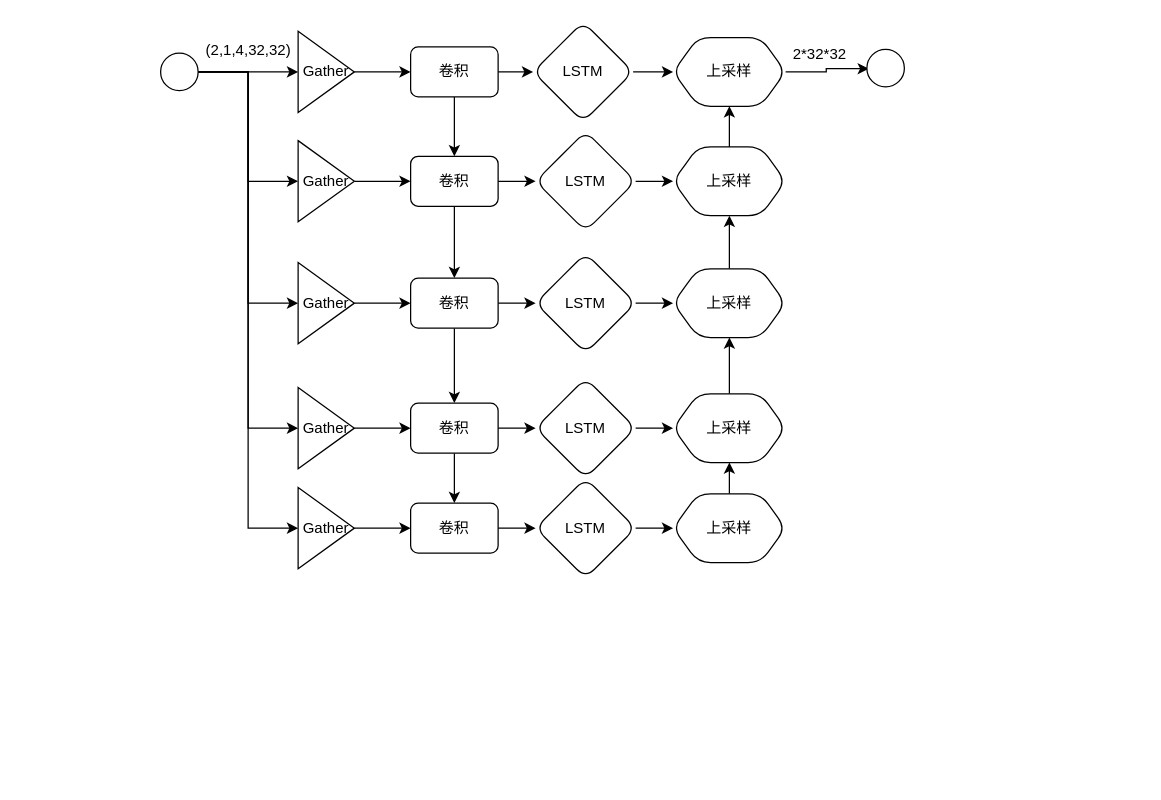
Above: hainanchangedetection.drawio in dorbodwolf/graphs_from_draw.io (draw.io), before the change. Source tidied: cells renumbered, new cells numbered last; positions are measured from the earlier drawing's top-left corner, leaving out a move shared by most shapes. Both pictures are drawn from the tidied source at 125%, with x=0, y=0 at pixel (160, 21).
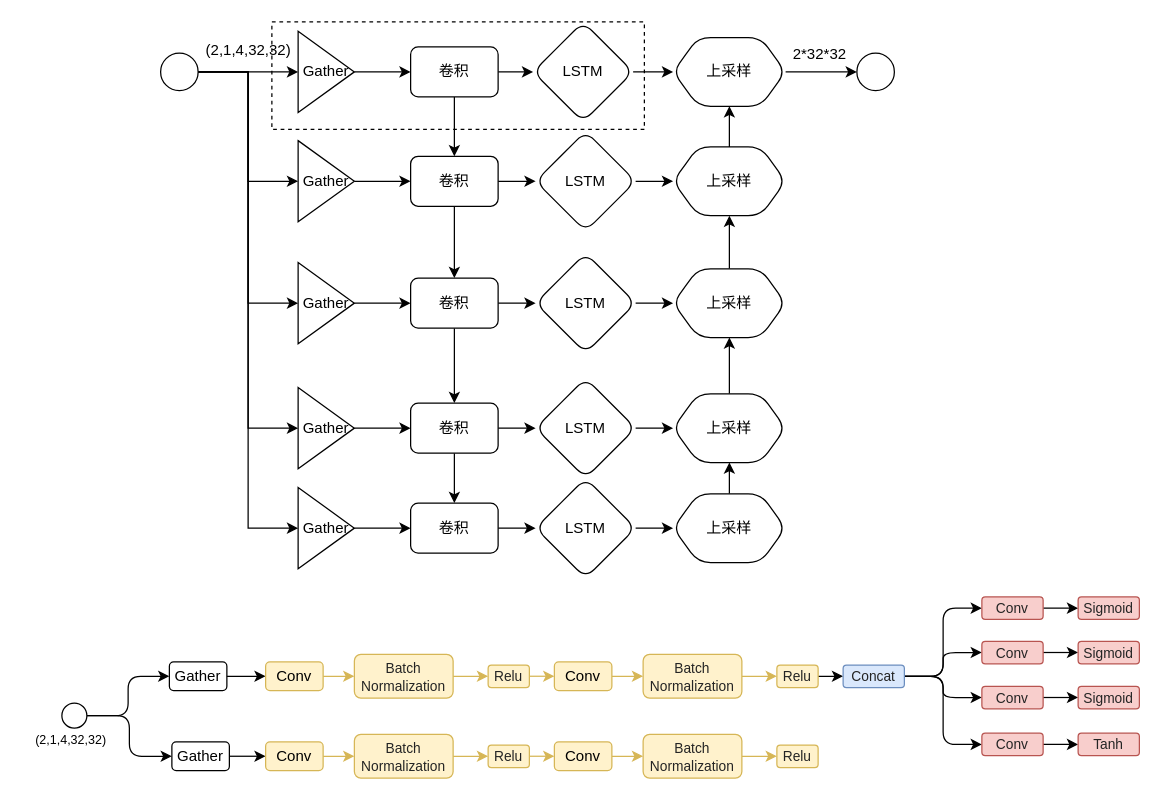
Above is the later version.

The change refers to these unchanged cells:
```xml
<mxCell id="14" value="上采样" style="shape=hexagon;perimeter=hexagonPerimeter2;whiteSpace=wrap;html=1;fixedSize=1;rounded=1;" parent="1" vertex="1">
  <mxGeometry x="410" y="12.5" width="90" height="55" as="geometry" />
</mxCell>
```

The edit, as a diff of the source:
```diff
@@
-    <mxCell id="13" style="edgeStyle=orthogonalEdgeStyle;rounded=0;jettySize=auto;html=1;entryX=0.053;entryY=0.514;entryDx=0;entryDy=0;entryPerimeter=0;" parent="1" edge="1" source="14" target="15">
+    <mxCell id="13" style="edgeStyle=orthogonalEdgeStyle;rounded=0;jettySize=auto;html=1;exitX=1;exitY=0.5;exitDx=0;exitDy=0;entryX=0;entryY=0.5;entryDx=0;entryDy=0;" parent="1" edge="1" source="14" target="15">
       <mxGeometry relative="1" as="geometry" />
     </mxCell>
@@
     <mxCell id="15" style="ellipse;whiteSpace=wrap;html=1;" parent="1" vertex="1">
-      <mxGeometry x="565" y="22" width="30" height="30" as="geometry" />
+      <mxGeometry x="557" y="25" width="30" height="30" as="geometry" />
     </mxCell>
@@
+    <mxCell id="55" style="rounded=0;whiteSpace=wrap;html=1;sketch=0;dashed=1;fillColor=none;" parent="1" vertex="1">
+      <mxGeometry x="89" width="298" height="86" as="geometry" />
+    </mxCell>
+    <mxCell id="56" style="edgeStyle=orthogonalEdgeStyle;curved=0;rounded=1;sketch=0;jettySize=auto;html=1;entryX=0;entryY=0.5;entryDx=0;entryDy=0;" parent="1" edge="1" source="58" target="60">
+      <mxGeometry relative="1" as="geometry" />
+    </mxCell>
+    <mxCell id="57" style="edgeStyle=orthogonalEdgeStyle;curved=0;rounded=1;sketch=0;jettySize=auto;html=1;exitX=1;exitY=0.5;exitDx=0;exitDy=0;entryX=0;entryY=0.5;entryDx=0;entryDy=0;" parent="1" edge="1" source="58" target="62">
+      <mxGeometry relative="1" as="geometry">
+        <Array as="points">
+          <mxPoint x="-25" y="555" />
+          <mxPoint x="-25" y="588" />
+        </Array>
+      </mxGeometry>
+    </mxCell>
+    <mxCell id="58" style="ellipse;whiteSpace=wrap;html=1;" parent="1" vertex="1">
+      <mxGeometry x="-79" y="545" width="20" height="20" as="geometry" />
+    </mxCell>
+    <mxCell id="59" style="edgeStyle=orthogonalEdgeStyle;curved=0;rounded=1;sketch=0;jettySize=auto;html=1;exitX=1;exitY=0.5;exitDx=0;exitDy=0;" parent="1" edge="1" source="60" target="65">
+      <mxGeometry relative="1" as="geometry" />
+    </mxCell>
+    <mxCell id="60" value="Gather" style="rounded=1;whiteSpace=wrap;html=1;sketch=0;fillColor=none;" parent="1" vertex="1">
+      <mxGeometry x="7" y="512" width="46" height="23" as="geometry" />
+    </mxCell>
+    <mxCell id="61" style="edgeStyle=orthogonalEdgeStyle;curved=0;rounded=1;sketch=0;jettySize=auto;html=1;exitX=1;exitY=0.5;exitDx=0;exitDy=0;entryX=0;entryY=0.5;entryDx=0;entryDy=0;" parent="1" edge="1" source="62" target="77">
+      <mxGeometry relative="1" as="geometry" />
+    </mxCell>
+    <mxCell id="62" value="Gather" style="rounded=1;whiteSpace=wrap;html=1;sketch=0;fillColor=none;" parent="1" vertex="1">
+      <mxGeometry x="9" y="576" width="46" height="23" as="geometry" />
+    </mxCell>
+    <mxCell id="63" value="&lt;p&gt;&lt;font style=&quot;font-size: 10px&quot;&gt;(2,1,4,32,32)&lt;/font&gt;&lt;/p&gt;" style="text;html=1;align=center;verticalAlign=middle;" parent="1" vertex="1">
+      <mxGeometry x="-111" y="553" width="78" height="42" as="geometry" />
+    </mxCell>
+    <mxCell id="64" style="edgeStyle=orthogonalEdgeStyle;curved=0;rounded=1;sketch=0;jettySize=auto;html=1;fillColor=#fff2cc;strokeColor=#d6b656;" parent="1" edge="1" source="65" target="67">
+      <mxGeometry relative="1" as="geometry" />
+    </mxCell>
+    <mxCell id="65" value="Conv" style="rounded=1;whiteSpace=wrap;html=1;sketch=0;fillColor=#fff2cc;strokeColor=#d6b656;" parent="1" vertex="1">
+      <mxGeometry x="84" y="512" width="46" height="23" as="geometry" />
+    </mxCell>
+    <mxCell id="66" style="edgeStyle=orthogonalEdgeStyle;curved=0;rounded=1;sketch=0;jettySize=auto;html=1;fillColor=#fff2cc;strokeColor=#d6b656;" parent="1" edge="1" source="67" target="69">
+      <mxGeometry relative="1" as="geometry" />
+    </mxCell>
+    <mxCell id="67" value="&lt;span style=&quot;color: rgb(36 , 36 , 36) ; font-size: 11px&quot;&gt;Batch&lt;br&gt;Normalization&lt;/span&gt;" style="rounded=1;whiteSpace=wrap;html=1;sketch=0;strokeColor=#d6b656;fillColor=#fff2cc;" parent="1" vertex="1">
+      <mxGeometry x="155" y="506" width="79" height="35" as="geometry" />
+    </mxCell>
+    <mxCell id="68" style="edgeStyle=orthogonalEdgeStyle;curved=0;rounded=1;sketch=0;jettySize=auto;html=1;exitX=1;exitY=0.5;exitDx=0;exitDy=0;entryX=0;entryY=0.5;entryDx=0;entryDy=0;fillColor=#fff2cc;strokeColor=#d6b656;" parent="1" edge="1" source="69" target="71">
+      <mxGeometry relative="1" as="geometry" />
+    </mxCell>
+    <mxCell id="69" value="&lt;font color=&quot;#242424&quot;&gt;&lt;span style=&quot;font-size: 11px&quot;&gt;Relu&lt;/span&gt;&lt;/font&gt;" style="rounded=1;whiteSpace=wrap;html=1;sketch=0;fillColor=#fff2cc;strokeColor=#d6b656;" parent="1" vertex="1">
+      <mxGeometry x="262" y="514.5" width="33" height="18" as="geometry" />
+    </mxCell>
+    <mxCell id="70" style="edgeStyle=orthogonalEdgeStyle;curved=0;rounded=1;sketch=0;jettySize=auto;html=1;fillColor=#fff2cc;strokeColor=#d6b656;" parent="1" edge="1" source="71" target="73">
+      <mxGeometry relative="1" as="geometry" />
+    </mxCell>
+    <mxCell id="71" value="Conv" style="rounded=1;whiteSpace=wrap;html=1;sketch=0;fillColor=#fff2cc;strokeColor=#d6b656;" parent="1" vertex="1">
+      <mxGeometry x="315" y="512" width="46" height="23" as="geometry" />
+    </mxCell>
+    <mxCell id="72" style="edgeStyle=orthogonalEdgeStyle;curved=0;rounded=1;sketch=0;jettySize=auto;html=1;fillColor=#fff2cc;strokeColor=#d6b656;" parent="1" edge="1" source="73" target="75">
+      <mxGeometry relative="1" as="geometry" />
+    </mxCell>
+    <mxCell id="73" value="&lt;span style=&quot;color: rgb(36 , 36 , 36) ; font-size: 11px&quot;&gt;Batch&lt;br&gt;Normalization&lt;/span&gt;" style="rounded=1;whiteSpace=wrap;html=1;sketch=0;fillColor=#fff2cc;strokeColor=#d6b656;" parent="1" vertex="1">
+      <mxGeometry x="386" y="506" width="79" height="35" as="geometry" />
+    </mxCell>
+    <mxCell id="74" style="edgeStyle=orthogonalEdgeStyle;curved=0;rounded=1;sketch=0;jettySize=auto;html=1;" parent="1" edge="1" source="75" target="91">
+      <mxGeometry relative="1" as="geometry" />
+    </mxCell>
+    <mxCell id="75" value="&lt;font color=&quot;#242424&quot;&gt;&lt;span style=&quot;font-size: 11px&quot;&gt;Relu&lt;/span&gt;&lt;/font&gt;" style="rounded=1;whiteSpace=wrap;html=1;sketch=0;fillColor=#fff2cc;strokeColor=#d6b656;" parent="1" vertex="1">
+      <mxGeometry x="493" y="514.5" width="33" height="18" as="geometry" />
+    </mxCell>
+    <mxCell id="76" style="edgeStyle=orthogonalEdgeStyle;curved=0;rounded=1;sketch=0;jettySize=auto;html=1;fillColor=#fff2cc;strokeColor=#d6b656;" parent="1" edge="1" source="77" target="79">
+      <mxGeometry relative="1" as="geometry" />
+    </mxCell>
+    <mxCell id="77" value="Conv" style="rounded=1;whiteSpace=wrap;html=1;sketch=0;fillColor=#fff2cc;strokeColor=#d6b656;" parent="1" vertex="1">
+      <mxGeometry x="84" y="576" width="46" height="23" as="geometry" />
+    </mxCell>
+    <mxCell id="78" style="edgeStyle=orthogonalEdgeStyle;curved=0;rounded=1;sketch=0;jettySize=auto;html=1;fillColor=#fff2cc;strokeColor=#d6b656;" parent="1" edge="1" source="79" target="81">
+      <mxGeometry relative="1" as="geometry" />
+    </mxCell>
+    <mxCell id="79" value="&lt;span style=&quot;color: rgb(36 , 36 , 36) ; font-size: 11px&quot;&gt;Batch&lt;br&gt;Normalization&lt;/span&gt;" style="rounded=1;whiteSpace=wrap;html=1;sketch=0;fillColor=#fff2cc;strokeColor=#d6b656;" parent="1" vertex="1">
+      <mxGeometry x="155" y="570" width="79" height="35" as="geometry" />
+    </mxCell>
+    <mxCell id="80" style="edgeStyle=orthogonalEdgeStyle;curved=0;rounded=1;sketch=0;jettySize=auto;html=1;exitX=1;exitY=0.5;exitDx=0;exitDy=0;entryX=0;entryY=0.5;entryDx=0;entryDy=0;fillColor=#fff2cc;strokeColor=#d6b656;" parent="1" edge="1" source="81" target="83">
+      <mxGeometry relative="1" as="geometry" />
+    </mxCell>
+    <mxCell id="81" value="&lt;font color=&quot;#242424&quot;&gt;&lt;span style=&quot;font-size: 11px&quot;&gt;Relu&lt;/span&gt;&lt;/font&gt;" style="rounded=1;whiteSpace=wrap;html=1;sketch=0;fillColor=#fff2cc;strokeColor=#d6b656;" parent="1" vertex="1">
+      <mxGeometry x="262" y="578.5" width="33" height="18" as="geometry" />
+    </mxCell>
+    <mxCell id="82" style="edgeStyle=orthogonalEdgeStyle;curved=0;rounded=1;sketch=0;jettySize=auto;html=1;fillColor=#fff2cc;strokeColor=#d6b656;" parent="1" edge="1" source="83" target="85">
+      <mxGeometry relative="1" as="geometry" />
+    </mxCell>
+    <mxCell id="83" value="Conv" style="rounded=1;whiteSpace=wrap;html=1;sketch=0;fillColor=#fff2cc;strokeColor=#d6b656;" parent="1" vertex="1">
+      <mxGeometry x="315" y="576" width="46" height="23" as="geometry" />
+    </mxCell>
+    <mxCell id="84" style="edgeStyle=orthogonalEdgeStyle;curved=0;rounded=1;sketch=0;jettySize=auto;html=1;fillColor=#fff2cc;strokeColor=#d6b656;" parent="1" edge="1" source="85" target="86">
+      <mxGeometry relative="1" as="geometry" />
+    </mxCell>
+    <mxCell id="85" value="&lt;span style=&quot;color: rgb(36 , 36 , 36) ; font-size: 11px&quot;&gt;Batch&lt;br&gt;Normalization&lt;/span&gt;" style="rounded=1;whiteSpace=wrap;html=1;sketch=0;fillColor=#fff2cc;strokeColor=#d6b656;" parent="1" vertex="1">
+      <mxGeometry x="386" y="570" width="79" height="35" as="geometry" />
+    </mxCell>
+    <mxCell id="86" value="&lt;font color=&quot;#242424&quot;&gt;&lt;span style=&quot;font-size: 11px&quot;&gt;Relu&lt;/span&gt;&lt;/font&gt;" style="rounded=1;whiteSpace=wrap;html=1;sketch=0;fillColor=#fff2cc;strokeColor=#d6b656;" parent="1" vertex="1">
+      <mxGeometry x="493" y="578.5" width="33" height="18" as="geometry" />
+    </mxCell>
+    <mxCell id="87" style="edgeStyle=orthogonalEdgeStyle;curved=0;rounded=1;sketch=0;jettySize=auto;html=1;exitX=1;exitY=0.5;exitDx=0;exitDy=0;entryX=0;entryY=0.5;entryDx=0;entryDy=0;" parent="1" edge="1" source="91" target="99">
+      <mxGeometry relative="1" as="geometry" />
+    </mxCell>
+    <mxCell id="88" style="edgeStyle=orthogonalEdgeStyle;curved=0;rounded=1;sketch=0;jettySize=auto;html=1;exitX=1;exitY=0.5;exitDx=0;exitDy=0;entryX=0;entryY=0.5;entryDx=0;entryDy=0;" parent="1" edge="1" source="91" target="97">
+      <mxGeometry relative="1" as="geometry" />
+    </mxCell>
+    <mxCell id="89" style="edgeStyle=orthogonalEdgeStyle;curved=0;rounded=1;sketch=0;jettySize=auto;html=1;exitX=1;exitY=0.5;exitDx=0;exitDy=0;" parent="1" edge="1" source="91" target="93">
+      <mxGeometry relative="1" as="geometry" />
+    </mxCell>
+    <mxCell id="90" style="edgeStyle=orthogonalEdgeStyle;curved=0;rounded=1;sketch=0;jettySize=auto;html=1;exitX=1;exitY=0.5;exitDx=0;exitDy=0;entryX=0;entryY=0.5;entryDx=0;entryDy=0;" parent="1" edge="1" source="91" target="95">
+      <mxGeometry relative="1" as="geometry" />
+    </mxCell>
+    <mxCell id="91" value="&lt;font color=&quot;#242424&quot;&gt;&lt;span style=&quot;font-size: 11px&quot;&gt;Concat&lt;/span&gt;&lt;/font&gt;" style="rounded=1;whiteSpace=wrap;html=1;sketch=0;fillColor=#dae8fc;strokeColor=#6c8ebf;" parent="1" vertex="1">
+      <mxGeometry x="546" y="514.5" width="49" height="18" as="geometry" />
+    </mxCell>
+    <mxCell id="92" style="edgeStyle=orthogonalEdgeStyle;curved=0;rounded=1;sketch=0;jettySize=auto;html=1;exitX=1;exitY=0.5;exitDx=0;exitDy=0;entryX=0;entryY=0.5;entryDx=0;entryDy=0;" parent="1" edge="1" source="93" target="102">
+      <mxGeometry relative="1" as="geometry" />
+    </mxCell>
+    <mxCell id="93" value="&lt;font color=&quot;#242424&quot;&gt;&lt;span style=&quot;font-size: 11px&quot;&gt;Conv&lt;/span&gt;&lt;/font&gt;" style="rounded=1;whiteSpace=wrap;html=1;sketch=0;fillColor=#f8cecc;strokeColor=#b85450;" parent="1" vertex="1">
+      <mxGeometry x="657" y="531.5" width="49" height="18" as="geometry" />
+    </mxCell>
+    <mxCell id="94" style="edgeStyle=orthogonalEdgeStyle;curved=0;rounded=1;sketch=0;jettySize=auto;html=1;exitX=1;exitY=0.5;exitDx=0;exitDy=0;" parent="1" edge="1" source="95" target="103">
+      <mxGeometry relative="1" as="geometry" />
+    </mxCell>
+    <mxCell id="95" value="&lt;font color=&quot;#242424&quot;&gt;&lt;span style=&quot;font-size: 11px&quot;&gt;Conv&lt;/span&gt;&lt;/font&gt;" style="rounded=1;whiteSpace=wrap;html=1;sketch=0;fillColor=#f8cecc;strokeColor=#b85450;" parent="1" vertex="1">
+      <mxGeometry x="657" y="569" width="49" height="18" as="geometry" />
+    </mxCell>
+    <mxCell id="96" style="edgeStyle=orthogonalEdgeStyle;curved=0;rounded=1;sketch=0;jettySize=auto;html=1;exitX=1;exitY=0.5;exitDx=0;exitDy=0;entryX=0;entryY=0.5;entryDx=0;entryDy=0;" parent="1" edge="1" source="97" target="101">
+      <mxGeometry relative="1" as="geometry" />
+    </mxCell>
+    <mxCell id="97" value="&lt;font color=&quot;#242424&quot;&gt;&lt;span style=&quot;font-size: 11px&quot;&gt;Conv&lt;/span&gt;&lt;/font&gt;" style="rounded=1;whiteSpace=wrap;html=1;sketch=0;fillColor=#f8cecc;strokeColor=#b85450;" parent="1" vertex="1">
+      <mxGeometry x="657" y="495.5" width="49" height="18" as="geometry" />
+    </mxCell>
+    <mxCell id="98" style="edgeStyle=orthogonalEdgeStyle;curved=0;rounded=1;sketch=0;jettySize=auto;html=1;" parent="1" edge="1" source="99" target="100">
+      <mxGeometry relative="1" as="geometry" />
+    </mxCell>
+    <mxCell id="99" value="&lt;font color=&quot;#242424&quot;&gt;&lt;span style=&quot;font-size: 11px&quot;&gt;Conv&lt;/span&gt;&lt;/font&gt;" style="rounded=1;whiteSpace=wrap;html=1;sketch=0;fillColor=#f8cecc;strokeColor=#b85450;" parent="1" vertex="1">
+      <mxGeometry x="657" y="460" width="49" height="18" as="geometry" />
+    </mxCell>
+    <mxCell id="100" value="&lt;font color=&quot;#242424&quot;&gt;&lt;span style=&quot;font-size: 11px&quot;&gt;Sigmoid&lt;/span&gt;&lt;/font&gt;" style="rounded=1;whiteSpace=wrap;html=1;sketch=0;fillColor=#f8cecc;strokeColor=#b85450;" parent="1" vertex="1">
+      <mxGeometry x="734" y="460" width="49" height="18" as="geometry" />
+    </mxCell>
+    <mxCell id="101" value="&lt;font color=&quot;#242424&quot;&gt;&lt;span style=&quot;font-size: 11px&quot;&gt;Sigmoid&lt;/span&gt;&lt;/font&gt;" style="rounded=1;whiteSpace=wrap;html=1;sketch=0;fillColor=#f8cecc;strokeColor=#b85450;" parent="1" vertex="1">
+      <mxGeometry x="734" y="495.5" width="49" height="18" as="geometry" />
+    </mxCell>
+    <mxCell id="102" value="&lt;font color=&quot;#242424&quot;&gt;&lt;span style=&quot;font-size: 11px&quot;&gt;Sigmoid&lt;/span&gt;&lt;/font&gt;" style="rounded=1;whiteSpace=wrap;html=1;sketch=0;fillColor=#f8cecc;strokeColor=#b85450;" parent="1" vertex="1">
+      <mxGeometry x="734" y="531.5" width="49" height="18" as="geometry" />
+    </mxCell>
+    <mxCell id="103" value="&lt;font color=&quot;#242424&quot;&gt;&lt;span style=&quot;font-size: 11px&quot;&gt;Tanh&lt;br&gt;&lt;/span&gt;&lt;/font&gt;" style="rounded=1;whiteSpace=wrap;html=1;sketch=0;fillColor=#f8cecc;strokeColor=#b85450;" parent="1" vertex="1">
+      <mxGeometry x="734" y="569" width="49" height="18" as="geometry" />
+    </mxCell>
```
